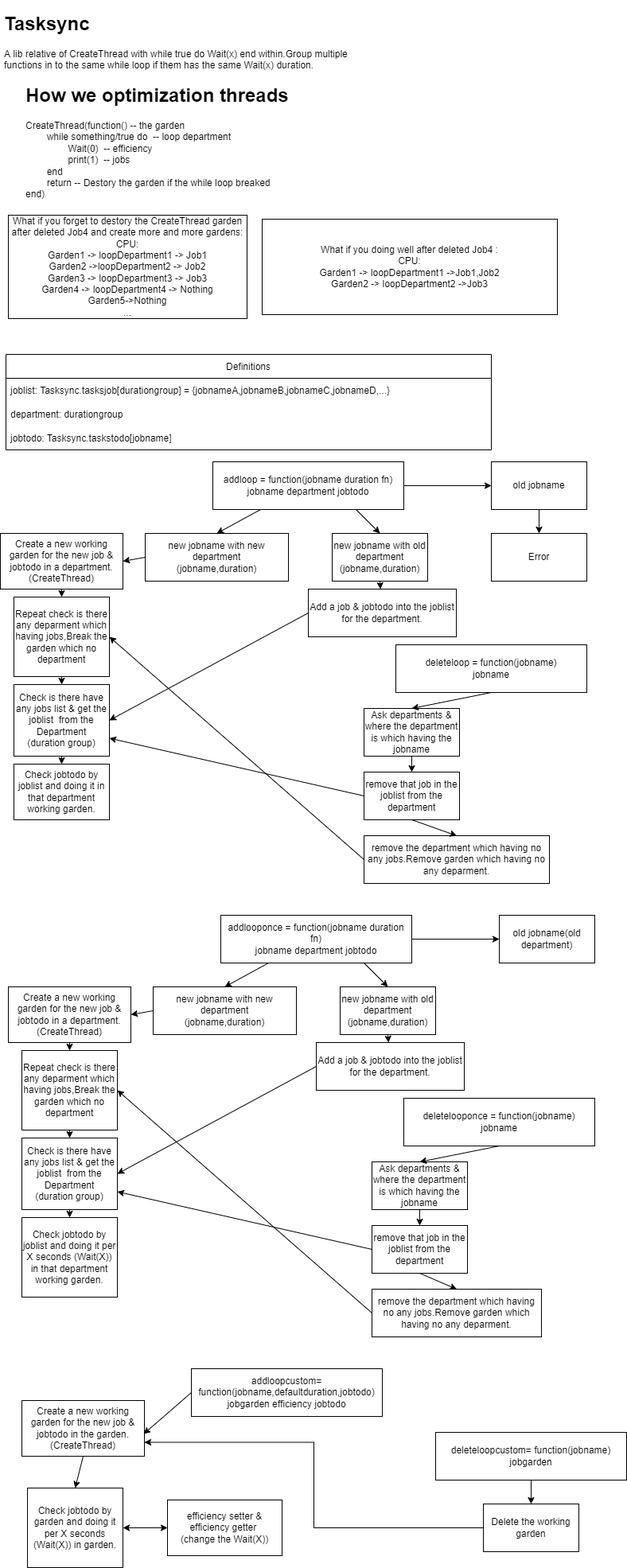
The draw.io diagram Tasksync.png in negbook/tasksync, before a commit. Source tidied: cells renumbered, new cells last; positions are measured from the earlier drawing's top-left corner, leaving out a move shared by most shapes.
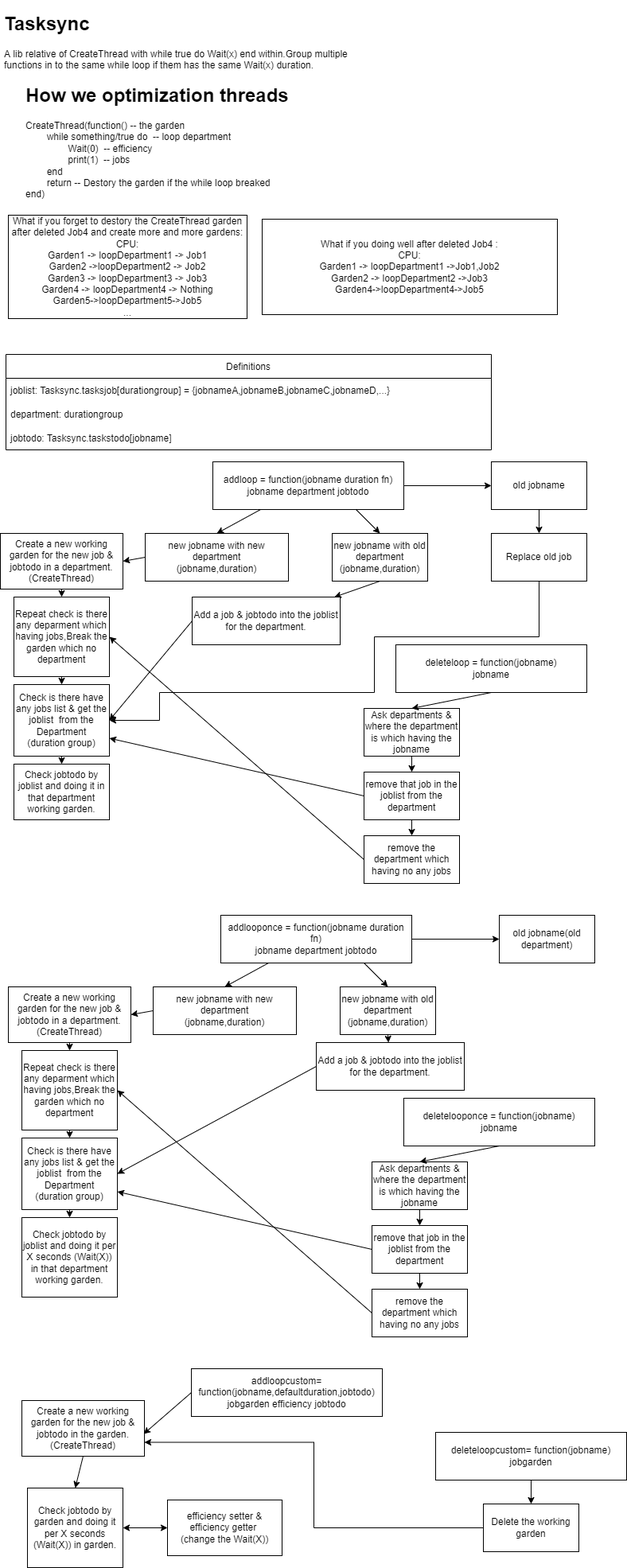
Later version of the same file.

The edit, as a diff of the source:
```diff
@@ -29,7 +29,18 @@
     <mxCell id="10" value="old jobname" style="rounded=0;whiteSpace=wrap;html=1;" parent="1" vertex="1">
       <mxGeometry x="617" y="570" width="120" height="60" as="geometry" />
     </mxCell>
+    <mxCell id="77" style="edgeStyle=orthogonalEdgeStyle;rounded=0;jettySize=auto;html=1;exitX=0.5;exitY=1;exitDx=0;exitDy=0;entryX=1;entryY=0.5;entryDx=0;entryDy=0;" parent="1" edge="1" source="11" target="17">
+      <mxGeometry relative="1" as="geometry">
+        <Array as="points">
+          <mxPoint x="677" y="790" />
+          <mxPoint x="470" y="790" />
+          <mxPoint x="470" y="860" />
+          <mxPoint x="200" y="860" />
+          <mxPoint x="200" y="895" />
+        </Array>
+      </mxGeometry>
+    </mxCell>
-    <mxCell id="11" value="Error" style="rounded=0;whiteSpace=wrap;html=1;" parent="1" vertex="1">
+    <mxCell id="11" value="Replace old job" style="rounded=0;whiteSpace=wrap;html=1;" parent="1" vertex="1">
       <mxGeometry x="617" y="660" width="120" height="60" as="geometry" />
     </mxCell>
     <mxCell id="12" style="endArrow=classic;html=1;rounded=0;entryX=0.5;entryY=0;entryDx=0;entryDy=0;exitX=0.5;exitY=1;exitDx=0;exitDy=0;" parent="1" edge="1" source="10" target="11">
@@ -54,7 +65,7 @@
       <mxGeometry relative="1" as="geometry" />
     </mxCell>
     <mxCell id="19" value="&lt;span&gt;Add a job &amp;amp; jobtodo into the joblist for the department.&lt;br&gt;&lt;/span&gt;" style="rounded=0;whiteSpace=wrap;html=1;" parent="1" vertex="1">
-      <mxGeometry x="387" y="730" width="186" height="60" as="geometry" />
+      <mxGeometry x="241" y="740" width="186" height="60" as="geometry" />
     </mxCell>
     <mxCell id="20" value="Check jobtodo by joblist and doing it in that department working garden." style="rounded=0;whiteSpace=wrap;html=1;" parent="1" vertex="1">
       <mxGeometry x="17" y="950" width="120" height="70" as="geometry" />
@@ -80,8 +91,8 @@
     <mxCell id="27" style="endArrow=classic;html=1;rounded=0;exitX=0.5;exitY=1;exitDx=0;exitDy=0;" parent="1" edge="1" source="24" target="26">
       <mxGeometry relative="1" as="geometry" />
     </mxCell>
-    <mxCell id="28" value="remove the department which having no any jobs.Remove garden which having no any deparment." style="rounded=0;whiteSpace=wrap;html=1;" parent="1" vertex="1">
-      <mxGeometry x="457" y="1040" width="233" height="60" as="geometry" />
+    <mxCell id="28" value="remove the department which having no any jobs" style="rounded=0;whiteSpace=wrap;html=1;" parent="1" vertex="1">
+      <mxGeometry x="457" y="1040" width="120" height="60" as="geometry" />
     </mxCell>
     <mxCell id="29" style="endArrow=classic;html=1;rounded=0;exitX=0.5;exitY=1;exitDx=0;exitDy=0;entryX=0.5;entryY=0;entryDx=0;entryDy=0;" parent="1" edge="1" source="26" target="28">
       <mxGeometry relative="1" as="geometry" />
@@ -173,8 +184,8 @@
     <mxCell id="58" style="endArrow=classic;html=1;rounded=0;exitX=0.5;exitY=1;exitDx=0;exitDy=0;" parent="1" edge="1" source="55" target="57">
       <mxGeometry relative="1" as="geometry" />
     </mxCell>
-    <mxCell id="59" value="remove the department which having no any jobs.Remove garden which having no any deparment." style="rounded=0;whiteSpace=wrap;html=1;" parent="1" vertex="1">
-      <mxGeometry x="467" y="1610" width="213" height="60" as="geometry" />
+    <mxCell id="59" value="remove the department which having no any jobs" style="rounded=0;whiteSpace=wrap;html=1;" parent="1" vertex="1">
+      <mxGeometry x="467" y="1610" width="120" height="60" as="geometry" />
     </mxCell>
     <mxCell id="60" style="endArrow=classic;html=1;rounded=0;exitX=0.5;exitY=1;exitDx=0;exitDy=0;entryX=0.5;entryY=0;entryDx=0;entryDy=0;" parent="1" edge="1" source="57" target="59">
       <mxGeometry relative="1" as="geometry" />
@@ -221,10 +232,10 @@
     <mxCell id="74" value="&lt;h1&gt;How we optimization threads&lt;/h1&gt;&lt;div&gt;CreateThread(function() -- the garden&lt;/div&gt;&lt;div&gt;&lt;span&gt;&#9;&lt;/span&gt;&lt;span style=&quot;white-space: pre&quot;&gt;&#9;&lt;/span&gt;while something/true do&amp;nbsp; -- loop department&lt;br&gt;&lt;/div&gt;&lt;div&gt;&lt;span&gt;&#9;&lt;/span&gt;&lt;span&gt;&#9;&lt;/span&gt;&lt;span style=&quot;white-space: pre&quot;&gt;&#9;&lt;span style=&quot;white-space: pre&quot;&gt;&#9;&lt;/span&gt;&lt;/span&gt;Wait(0)&amp;nbsp; -- efficiency&lt;br&gt;&lt;/div&gt;&lt;div&gt;&lt;span&gt;&#9;&lt;/span&gt;&lt;span&gt;&#9;&lt;/span&gt;&lt;span style=&quot;white-space: pre&quot;&gt;&#9;&lt;/span&gt;&lt;span style=&quot;white-space: pre&quot;&gt;&#9;&lt;/span&gt;print(1)&amp;nbsp; -- jobs&amp;nbsp;&lt;/div&gt;&lt;div&gt;&lt;span&gt;&#9;&lt;/span&gt;&lt;span style=&quot;white-space: pre&quot;&gt;&#9;&lt;/span&gt;end&lt;/div&gt;&lt;div&gt;&lt;span&gt;&#9;&lt;/span&gt;&lt;span style=&quot;white-space: pre&quot;&gt;&#9;&lt;/span&gt;return -- Destory the garden if the while loop breaked&amp;nbsp;&lt;/div&gt;&lt;div&gt;end)&lt;/div&gt;" style="text;html=1;strokeColor=none;fillColor=none;spacing=5;spacingTop=-20;whiteSpace=wrap;overflow=hidden;rounded=0;" parent="1" vertex="1">
       <mxGeometry x="27" y="90" width="400" height="160" as="geometry" />
     </mxCell>
-    <mxCell id="75" value="&lt;span&gt;What if you forget to destory the CreateThread garden after deleted Job4 and create more and more gardens:&lt;/span&gt;&lt;br&gt;&lt;span&gt;CPU:&lt;/span&gt;&lt;br&gt;&lt;span&gt;Garden1 -&amp;gt; loopDepartment1 -&amp;gt; Job1&lt;/span&gt;&lt;br&gt;&lt;span&gt;Garden2 -&amp;gt;&lt;/span&gt;loop&lt;span&gt;Department2 -&amp;gt; Job2&lt;/span&gt;&lt;br&gt;&lt;span&gt;Garden3 -&amp;gt; loopDepartment3 -&amp;gt; Job3&lt;/span&gt;&lt;br&gt;&lt;span&gt;Garden4 -&amp;gt; loopDepartment4 -&amp;gt; Nothing&lt;br&gt;&lt;/span&gt;Garden5-&amp;gt;Nothing&lt;br&gt;&lt;span&gt;...&lt;/span&gt;" style="rounded=0;whiteSpace=wrap;html=1;" parent="1" vertex="1">
+    <mxCell id="75" value="&lt;span&gt;What if you forget to destory the CreateThread garden after deleted Job4 and create more and more gardens:&lt;/span&gt;&lt;br&gt;&lt;span&gt;CPU:&lt;/span&gt;&lt;br&gt;&lt;span&gt;Garden1 -&amp;gt; loopDepartment1 -&amp;gt; Job1&lt;/span&gt;&lt;br&gt;&lt;span&gt;Garden2 -&amp;gt;&lt;/span&gt;loop&lt;span&gt;Department2 -&amp;gt; Job2&lt;/span&gt;&lt;br&gt;&lt;span&gt;Garden3 -&amp;gt; loopDepartment3 -&amp;gt; Job3&lt;/span&gt;&lt;br&gt;&lt;span&gt;Garden4 -&amp;gt; loopDepartment4 -&amp;gt; Nothing&lt;br&gt;&lt;/span&gt;Garden5-&amp;gt;loopDepartment5-&amp;gt;Job5&lt;br&gt;&lt;span&gt;...&lt;/span&gt;" style="rounded=0;whiteSpace=wrap;html=1;" parent="1" vertex="1">
       <mxGeometry x="10" y="260" width="300" height="130" as="geometry" />
     </mxCell>
-    <mxCell id="76" value="What if you doing well after deleted Job4&amp;nbsp;:&lt;br&gt;CPU:&lt;br&gt;Garden1 -&amp;gt; loopDepartment1 -&amp;gt;Job1,Job2&lt;br&gt;Garden2 -&amp;gt; loopDepartment2 -&amp;gt;Job3" style="rounded=0;whiteSpace=wrap;html=1;" parent="1" vertex="1">
+    <mxCell id="76" value="What if you doing well after deleted Job4&amp;nbsp;:&lt;br&gt;CPU:&lt;br&gt;Garden1 -&amp;gt; loopDepartment1 -&amp;gt;Job1,Job2&lt;br&gt;Garden2 -&amp;gt; loopDepartment2 -&amp;gt;Job3&lt;br&gt;Garden4-&amp;gt;loopDepartment4-&amp;gt;Job5" style="rounded=0;whiteSpace=wrap;html=1;" parent="1" vertex="1">
       <mxGeometry x="329" y="265" width="371" height="120" as="geometry" />
     </mxCell>
   </root>
```
